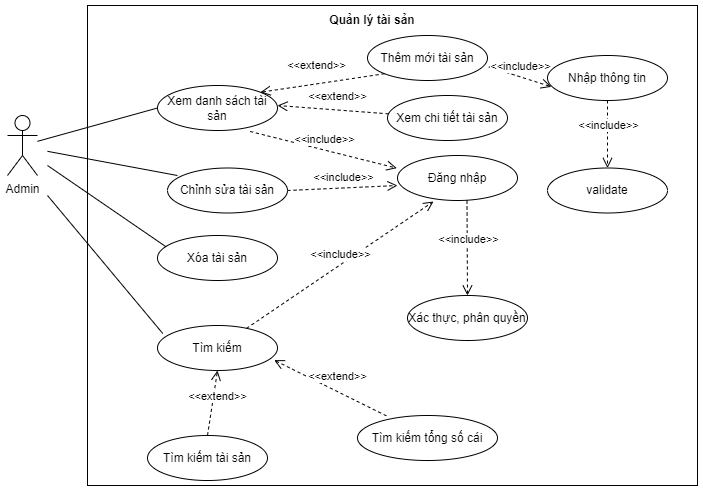
Before: diagram/usecase/10.QLTS.png, a diagram exported from draw.io (trankhoa2000/DATN-2022). Source tidied: cells renumbered, new cells last; positions are measured from the earlier drawing's top-left corner, leaving out a move shared by most shapes.
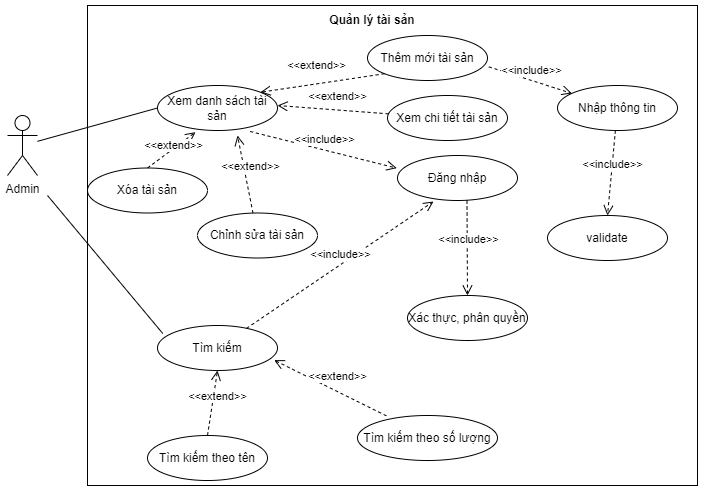
After the commit.

What changed in the source:
```diff
@@ -17,7 +17,7 @@
     <mxCell id="6" value="Đăng nhập" style="ellipse;whiteSpace=wrap;html=1;fillColor=none;" parent="1" vertex="1">
       <mxGeometry x="390" y="150" width="120" height="45" as="geometry" />
     </mxCell>
-    <mxCell id="7" value="&amp;lt;&amp;lt;include&amp;gt;&amp;gt;" style="html=1;verticalAlign=bottom;endArrow=open;dashed=1;endSize=8;rounded=0;entryX=0.033;entryY=0.696;entryDx=0;entryDy=0;exitX=1.011;exitY=0.696;exitDx=0;exitDy=0;exitPerimeter=0;entryPerimeter=0;" parent="1" edge="1" source="9" target="11">
+    <mxCell id="7" value="&amp;lt;&amp;lt;include&amp;gt;&amp;gt;" style="html=1;verticalAlign=bottom;endArrow=open;dashed=1;endSize=8;rounded=0;exitX=1.011;exitY=0.696;exitDx=0;exitDy=0;exitPerimeter=0;" parent="1" edge="1" source="9" target="11">
       <mxGeometry x="0.01" y="1" relative="1" as="geometry" />
     </mxCell>
     <mxCell id="8" value="Xem danh sách tài sản" style="ellipse;whiteSpace=wrap;html=1;fillColor=none;" parent="1" vertex="1">
@@ -30,10 +30,10 @@
       <mxGeometry x="0.08" y="-9" relative="1" as="geometry" />
     </mxCell>
     <mxCell id="11" value="Nhập thông tin" style="ellipse;whiteSpace=wrap;html=1;fillColor=none;" parent="1" vertex="1">
-      <mxGeometry x="540" y="50" width="120" height="45" as="geometry" />
+      <mxGeometry x="550" y="80" width="120" height="45" as="geometry" />
     </mxCell>
     <mxCell id="12" value="validate" style="ellipse;whiteSpace=wrap;html=1;fillColor=none;" parent="1" vertex="1">
-      <mxGeometry x="540" y="162.5" width="120" height="45" as="geometry" />
+      <mxGeometry x="540" y="210" width="120" height="45" as="geometry" />
     </mxCell>
     <mxCell id="13" value="&amp;lt;&amp;lt;include&amp;gt;&amp;gt;" style="html=1;verticalAlign=bottom;endArrow=open;dashed=1;endSize=8;rounded=0;entryX=0.5;entryY=0;entryDx=0;entryDy=0;" parent="1" edge="1" source="11" target="12">
       <mxGeometry x="0.01" y="1" relative="1" as="geometry" />
@@ -42,16 +42,8 @@
       <mxGeometry x="0.01" y="1" relative="1" as="geometry" />
     </mxCell>
     <mxCell id="15" value="Chỉnh sửa tài sản" style="ellipse;whiteSpace=wrap;html=1;fillColor=none;" parent="1" vertex="1">
-      <mxGeometry x="160" y="162.5" width="120" height="45" as="geometry" />
+      <mxGeometry x="190" y="207.5" width="120" height="45" as="geometry" />
     </mxCell>
-    <mxCell id="16" style="endArrow=none;html=1;rounded=0;strokeWidth=1;entryX=0.083;entryY=0.167;entryDx=0;entryDy=0;entryPerimeter=0;" parent="1" edge="1" target="15">
-      <mxGeometry relative="1" as="geometry">
-        <mxPoint x="40" y="145.8" as="sourcePoint" />
-      </mxGeometry>
-    </mxCell>
-    <mxCell id="17" value="&amp;lt;&amp;lt;include&amp;gt;&amp;gt;" style="html=1;verticalAlign=bottom;endArrow=open;dashed=1;endSize=8;rounded=0;entryX=0;entryY=0.667;entryDx=0;entryDy=0;exitX=1;exitY=0.5;exitDx=0;exitDy=0;entryPerimeter=0;" parent="1" edge="1" source="15" target="6">
-      <mxGeometry x="0.01" y="1" relative="1" as="geometry" />
-    </mxCell>
     <mxCell id="18" value="Xác thực, phân quyền" style="ellipse;whiteSpace=wrap;html=1;fillColor=none;" parent="1" vertex="1">
       <mxGeometry x="400" y="290" width="120" height="45" as="geometry" />
     </mxCell>
@@ -71,10 +63,10 @@
     <mxCell id="22" value="&amp;lt;&amp;lt;include&amp;gt;&amp;gt;" style="html=1;verticalAlign=bottom;endArrow=open;dashed=1;endSize=8;rounded=0;entryX=0.3;entryY=1.022;entryDx=0;entryDy=0;entryPerimeter=0;" parent="1" edge="1" source="20" target="6">
       <mxGeometry x="0.01" y="1" relative="1" as="geometry" />
     </mxCell>
-    <mxCell id="23" value="Tìm kiếm tài sản" style="ellipse;whiteSpace=wrap;html=1;fillColor=none;" parent="1" vertex="1">
+    <mxCell id="23" value="Tìm kiếm theo tên" style="ellipse;whiteSpace=wrap;html=1;fillColor=none;" parent="1" vertex="1">
       <mxGeometry x="140" y="430" width="120" height="45" as="geometry" />
     </mxCell>
-    <mxCell id="24" value="Tìm kiếm tổng số cái" style="ellipse;whiteSpace=wrap;html=1;fillColor=none;" parent="1" vertex="1">
+    <mxCell id="24" value="Tìm kiếm theo số lượng" style="ellipse;whiteSpace=wrap;html=1;fillColor=none;" parent="1" vertex="1">
       <mxGeometry x="350" y="410" width="140" height="45" as="geometry" />
     </mxCell>
     <mxCell id="25" value="&amp;lt;&amp;lt;extend&amp;gt;&amp;gt;" style="html=1;verticalAlign=bottom;endArrow=open;dashed=1;endSize=8;rounded=0;strokeWidth=1;entryX=0.5;entryY=1;entryDx=0;entryDy=0;exitX=0.5;exitY=0;exitDx=0;exitDy=0;" parent="1" edge="1" source="23" target="20">
@@ -95,12 +87,18 @@
       </mxGeometry>
     </mxCell>
     <mxCell id="29" value="Xóa tài sản" style="ellipse;whiteSpace=wrap;html=1;fillColor=none;" parent="1" vertex="1">
-      <mxGeometry x="150" y="230" width="120" height="45" as="geometry" />
+      <mxGeometry x="80" y="162.5" width="120" height="45" as="geometry" />
     </mxCell>
-    <mxCell id="30" style="endArrow=none;html=1;rounded=0;strokeWidth=1;entryX=0.072;entryY=0.252;entryDx=0;entryDy=0;entryPerimeter=0;" parent="1" edge="1" target="29">
-      <mxGeometry relative="1" as="geometry">
-        <mxPoint x="40" y="160" as="sourcePoint" />
-      </mxGeometry>
-    </mxCell>
+    <mxCell id="31" value="&amp;lt;&amp;lt;extend&amp;gt;&amp;gt;" style="html=1;verticalAlign=bottom;endArrow=open;dashed=1;endSize=8;rounded=0;strokeWidth=1;exitX=0.5;exitY=0;exitDx=0;exitDy=0;entryX=0.317;entryY=1.037;entryDx=0;entryDy=0;entryPerimeter=0;" parent="1" edge="1" source="29" target="8">
+      <mxGeometry x="-0.07" y="-4" relative="1" as="geometry">
+        <mxPoint x="1" as="offset" />
+      </mxGeometry>
+    </mxCell>
+    <mxCell id="32" value="&amp;lt;&amp;lt;extend&amp;gt;&amp;gt;" style="html=1;verticalAlign=bottom;endArrow=open;dashed=1;endSize=8;rounded=0;strokeWidth=1;" parent="1" edge="1" source="15">
+      <mxGeometry x="-0.07" y="-4" relative="1" as="geometry">
+        <mxPoint x="230" y="130" as="targetPoint" />
+        <mxPoint x="1" as="offset" />
+      </mxGeometry>
+    </mxCell>
   </root>
 </mxGraphModel>
```
